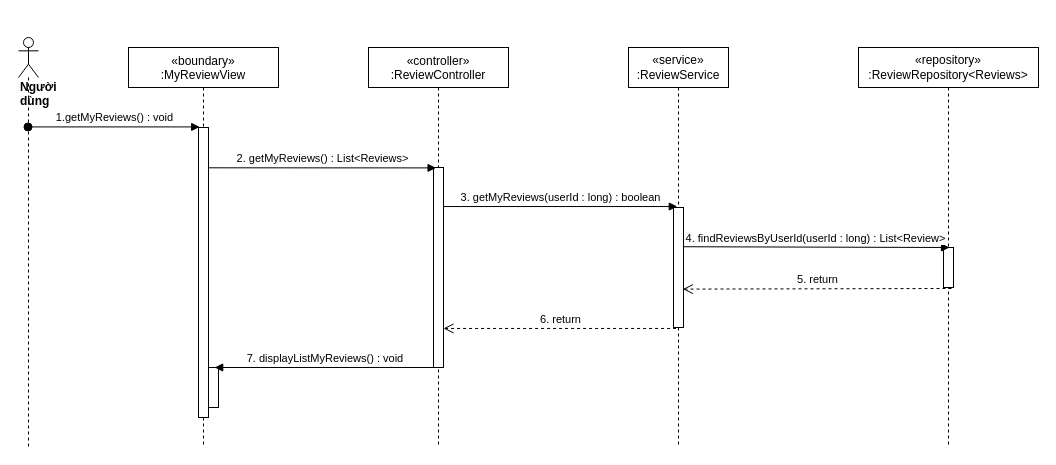
This is sequence diagram/getMyReview-sequence.drawio from nguyenphamvan/datn_20202, a draw.io file, before an edit. Source tidied: cells renumbered, new cells numbered last; positions are measured from the earlier drawing's top-left corner, leaving out a move shared by most shapes. Both pictures are drawn from the tidied source at 100%, with x=0, y=0 at pixel (18, 37).
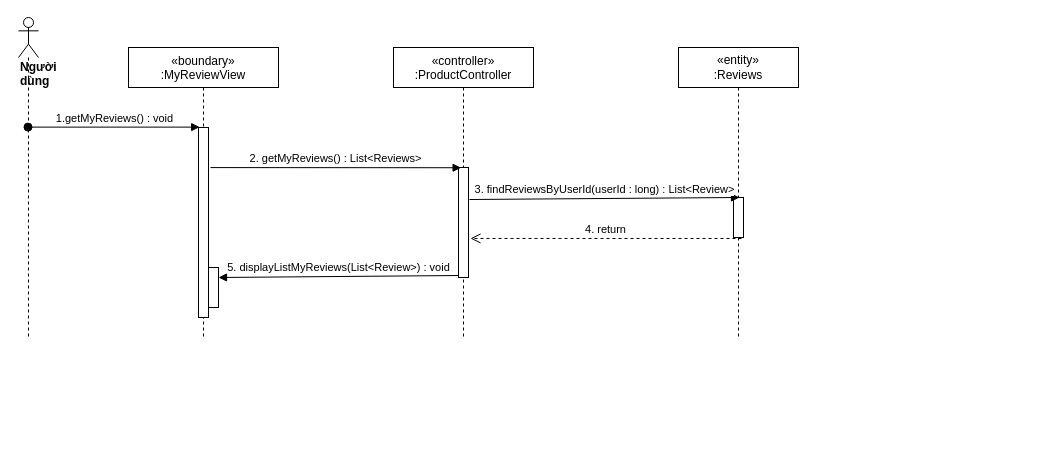
After the change.

Change to the diagram source:
```diff
@@
 <mxGraphModel>
   <root>
     <mxCell id="0" />
     <mxCell id="1" parent="0" />
     <mxCell id="2" value="«boundary»&#10;:MyReviewView" style="shape=umlLifeline;perimeter=lifelinePerimeter;rounded=0;shadow=0;strokeWidth=1;" parent="1" vertex="1">
-      <mxGeometry x="110" y="10" width="150" height="400" as="geometry" />
+      <mxGeometry x="110" y="10" width="150" height="290" as="geometry" />
     </mxCell>
     <mxCell id="3" style="html=1;points=[];perimeter=orthogonalPerimeter;" parent="2" vertex="1">
-      <mxGeometry x="70" y="80" width="10" height="290" as="geometry" />
+      <mxGeometry x="70" y="80" width="10" height="190" as="geometry" />
     </mxCell>
-    <mxCell id="4" style="html=1;points=[];perimeter=orthogonalPerimeter;" parent="2" vertex="1">
-      <mxGeometry x="80" y="320" width="10" height="40" as="geometry" />
-    </mxCell>
-    <mxCell id="5" value="«controller»&#10;:ReviewController" style="shape=umlLifeline;perimeter=lifelinePerimeter;rounded=0;shadow=0;strokeWidth=1;size=40;" parent="1" vertex="1">
-      <mxGeometry x="350" y="10" width="140" height="400" as="geometry" />
+    <mxCell id="5" value="«controller»&#10;:ProductController" style="shape=umlLifeline;perimeter=lifelinePerimeter;rounded=0;shadow=0;strokeWidth=1;size=40;" parent="1" vertex="1">
+      <mxGeometry x="375" y="10" width="140" height="290" as="geometry" />
     </mxCell>
     <mxCell id="6" style="points=[];perimeter=orthogonalPerimeter;rounded=0;shadow=0;strokeWidth=1;" parent="5" vertex="1">
-      <mxGeometry x="65" y="120" width="10" height="200" as="geometry" />
+      <mxGeometry x="65" y="120" width="10" height="110" as="geometry" />
     </mxCell>
     <mxCell id="7" value="&lt;div&gt;&lt;b&gt;Người dùng&lt;/b&gt;&lt;/div&gt;" style="shape=umlLifeline;participant=umlActor;perimeter=lifelinePerimeter;whiteSpace=wrap;html=1;verticalAlign=top;spacingTop=36;outlineConnect=0;align=left;" parent="1" vertex="1">
-      <mxGeometry width="20" height="410" as="geometry" />
+      <mxGeometry y="-20" width="20" height="320" as="geometry" />
     </mxCell>
-    <mxCell id="8" value="&lt;span&gt;«service»&lt;br&gt;&lt;/span&gt;:ReviewService" style="shape=umlLifeline;perimeter=lifelinePerimeter;whiteSpace=wrap;html=1;" parent="1" vertex="1">
-      <mxGeometry x="610" y="10" width="100" height="400" as="geometry" />
-    </mxCell>
-    <mxCell id="9" style="points=[];perimeter=orthogonalPerimeter;rounded=0;shadow=0;strokeWidth=1;" parent="8" vertex="1">
-      <mxGeometry x="45" y="160" width="10" height="120" as="geometry" />
-    </mxCell>
     <mxCell id="10" value="1.getMyReviews() : void" style="html=1;verticalAlign=bottom;startArrow=oval;startFill=1;endArrow=block;startSize=8;entryX=0.12;entryY=-0.002;entryDx=0;entryDy=0;entryPerimeter=0;" parent="1" edge="1" source="7" target="3">
       <mxGeometry relative="1" as="geometry" />
     </mxCell>
-    <mxCell id="11" value="&lt;span&gt;«repository»&lt;br&gt;&lt;/span&gt;:ReviewRepository&amp;lt;Reviews&amp;gt;" style="shape=umlLifeline;perimeter=lifelinePerimeter;whiteSpace=wrap;html=1;" parent="1" vertex="1">
-      <mxGeometry x="840" y="10" width="180" height="400" as="geometry" />
+    <mxCell id="11" value="&lt;span&gt;«entity»&lt;br&gt;&lt;/span&gt;:Reviews" style="shape=umlLifeline;perimeter=lifelinePerimeter;whiteSpace=wrap;html=1;" parent="1" vertex="1">
+      <mxGeometry x="660" y="10" width="120" height="290" as="geometry" />
     </mxCell>
     <mxCell id="12" style="points=[];perimeter=orthogonalPerimeter;rounded=0;shadow=0;strokeWidth=1;" parent="11" vertex="1">
-      <mxGeometry x="85" y="200" width="10" height="40" as="geometry" />
+      <mxGeometry x="55" y="150" width="10" height="40" as="geometry" />
     </mxCell>
-    <mxCell id="13" value="3. getMyReviews(userId : long) : boolean" style="html=1;verticalAlign=bottom;endArrow=block;entryX=0.38;entryY=-0.008;entryDx=0;entryDy=0;entryPerimeter=0;" parent="1" edge="1" source="6" target="9">
-      <mxGeometry relative="1" as="geometry" />
-    </mxCell>
-    <mxCell id="14" value="6. return" style="html=1;verticalAlign=bottom;endArrow=open;dashed=1;endSize=8;exitX=0.26;exitY=1.008;exitDx=0;exitDy=0;exitPerimeter=0;" parent="1" edge="1" source="9" target="6">
-      <mxGeometry relative="1" as="geometry" />
-    </mxCell>
-    <mxCell id="15" value="4. findReviewsByUserId(userId : long) : List&amp;lt;Review&amp;gt;" style="html=1;verticalAlign=bottom;endArrow=block;entryX=0.6;entryY=0;entryDx=0;entryDy=0;entryPerimeter=0;exitX=0.94;exitY=0.327;exitDx=0;exitDy=0;exitPerimeter=0;" parent="1" edge="1" source="9" target="12">
+    <mxCell id="15" value="3. findReviewsByUserId(userId : long) : List&amp;lt;Review&amp;gt;" style="html=1;verticalAlign=bottom;endArrow=block;entryX=0.6;entryY=0;entryDx=0;entryDy=0;entryPerimeter=0;exitX=1.1;exitY=0.291;exitDx=0;exitDy=0;exitPerimeter=0;" parent="1" edge="1" source="6" target="12">
       <mxGeometry relative="1" as="geometry" />
     </mxCell>
-    <mxCell id="16" value="5. return" style="html=1;verticalAlign=bottom;endArrow=open;dashed=1;endSize=8;exitX=0.8;exitY=1.025;exitDx=0;exitDy=0;exitPerimeter=0;entryX=0.94;entryY=0.68;entryDx=0;entryDy=0;entryPerimeter=0;" parent="1" edge="1" source="12" target="9">
+    <mxCell id="16" value="4. return" style="html=1;verticalAlign=bottom;endArrow=open;dashed=1;endSize=8;exitX=0.8;exitY=1.025;exitDx=0;exitDy=0;exitPerimeter=0;entryX=1.2;entryY=0.645;entryDx=0;entryDy=0;entryPerimeter=0;" parent="1" edge="1" source="12" target="6">
       <mxGeometry relative="1" as="geometry" />
     </mxCell>
-    <mxCell id="17" value="2. getMyReviews() : List&amp;lt;Reviews&amp;gt;" style="html=1;verticalAlign=bottom;endArrow=block;entryX=0.26;entryY=0.002;entryDx=0;entryDy=0;entryPerimeter=0;exitX=1;exitY=0.139;exitDx=0;exitDy=0;exitPerimeter=0;" parent="1" edge="1" source="3" target="6">
+    <mxCell id="17" value="2. getMyReviews() : List&amp;lt;Reviews&amp;gt;" style="html=1;verticalAlign=bottom;endArrow=block;entryX=0.26;entryY=0.002;entryDx=0;entryDy=0;entryPerimeter=0;exitX=1.2;exitY=0.211;exitDx=0;exitDy=0;exitPerimeter=0;" parent="1" edge="1" source="3" target="6">
       <mxGeometry relative="1" as="geometry" />
     </mxCell>
-    <mxCell id="18" value="7. displayListMyReviews() : void" style="verticalAlign=bottom;endArrow=block;shadow=0;strokeWidth=1;exitX=0.3;exitY=1;exitDx=0;exitDy=0;exitPerimeter=0;entryX=0.62;entryY=0;entryDx=0;entryDy=0;entryPerimeter=0;" parent="1" edge="1" source="6" target="4">
-      <mxGeometry relative="1" as="geometry" />
-    </mxCell>
+    <mxCell id="19" style="html=1;points=[];perimeter=orthogonalPerimeter;" parent="1" vertex="1">
+      <mxGeometry x="190" y="230" width="10" height="40" as="geometry" />
+    </mxCell>
+    <mxCell id="20" value="5. displayListMyReviews(List&amp;lt;Review&amp;gt;) : void" style="html=1;verticalAlign=bottom;endArrow=block;exitX=0;exitY=0.982;exitDx=0;exitDy=0;exitPerimeter=0;entryX=1;entryY=0.25;entryDx=0;entryDy=0;entryPerimeter=0;" parent="1" edge="1" source="6" target="19">
+      <mxGeometry relative="1" as="geometry" />
+    </mxCell>
   </root>
 </mxGraphModel>
```
